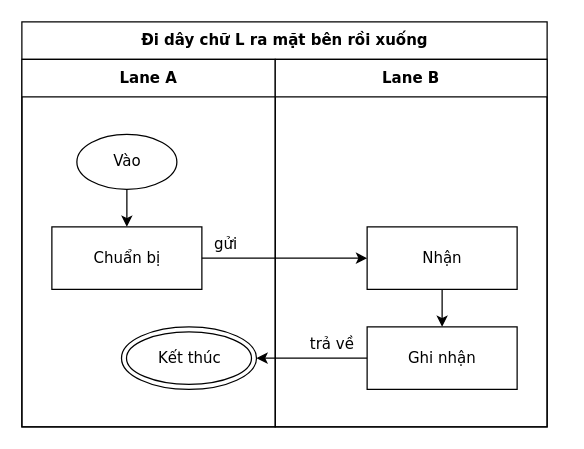
Above: conformance/golden/optimize/cases-15-route-l-shape.drawio in luytbq/flowcast (draw.io), before the change. Source tidied: cells renumbered, new cells numbered last; positions are measured from the earlier drawing's top-left corner, leaving out a move shared by most shapes. Both pictures are drawn from the tidied source at 125%, with x=0, y=0 at pixel (21, 21).
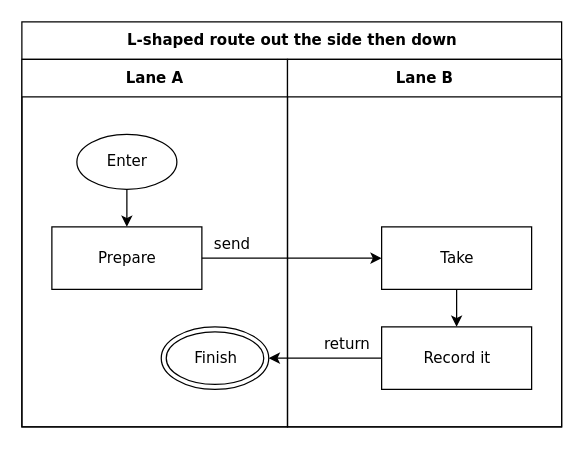
The same page after the edit.

The edit, as a diff of the source:
```diff
@@
 <mxGraphModel>
   <root>
     <mxCell id="0" />
     <mxCell id="1" parent="0" />
-    <mxCell id="2" value="Đi dây chữ L ra mặt bên rồi xuống" style="swimlane;html=1;startSize=30;fontStyle=1;fontFamily=Verdana;fontSize=12;flowtable=1;" parent="1" vertex="1">
-      <mxGeometry width="420.2" height="324" as="geometry" />
+    <mxCell id="2" value="L-shaped route out the side then down" style="swimlane;html=1;startSize=30;fontStyle=1;fontFamily=Verdana;fontSize=12;flowtable=1;" parent="1" vertex="1">
+      <mxGeometry width="431.8" height="324" as="geometry" />
     </mxCell>
     <mxCell id="3" value="Lane A" style="swimlane;html=1;startSize=30;fontFamily=Verdana;fontSize=12;flowtable=1;" parent="2" vertex="1">
-      <mxGeometry y="30" width="202.7" height="294" as="geometry" />
+      <mxGeometry y="30" width="212.5" height="294" as="geometry" />
     </mxCell>
     <mxCell id="4" value="Lane B" style="swimlane;html=1;startSize=30;fontFamily=Verdana;fontSize=12;flowtable=1;" parent="2" vertex="1">
-      <mxGeometry x="202.7" y="30" width="217.5" height="294" as="geometry" />
+      <mxGeometry x="212.5" y="30" width="219.3" height="294" as="geometry" />
     </mxCell>
-    <mxCell id="5" value="Vào" style="ellipse;html=1;fontFamily=Verdana;fontSize=12;flowtable=1;" parent="3" vertex="1">
+    <mxCell id="5" value="Enter" style="ellipse;html=1;fontFamily=Verdana;fontSize=12;flowtable=1;" parent="3" vertex="1">
       <mxGeometry x="44" y="60" width="80" height="44" as="geometry" />
     </mxCell>
-    <mxCell id="6" value="Chuẩn bị" style="rounded=0;html=1;fontFamily=Verdana;fontSize=12;flowtable=1;" parent="3" vertex="1">
+    <mxCell id="6" value="Prepare" style="rounded=0;html=1;fontFamily=Verdana;fontSize=12;flowtable=1;" parent="3" vertex="1">
       <mxGeometry x="24" y="134" width="120" height="50" as="geometry" />
     </mxCell>
-    <mxCell id="7" value="Nhận" style="rounded=0;html=1;fontFamily=Verdana;fontSize=12;flowtable=1;" parent="4" vertex="1">
-      <mxGeometry x="73.5" y="134" width="120" height="50" as="geometry" />
+    <mxCell id="7" value="Take" style="rounded=0;html=1;fontFamily=Verdana;fontSize=12;flowtable=1;" parent="4" vertex="1">
+      <mxGeometry x="75.3" y="134" width="120" height="50" as="geometry" />
     </mxCell>
-    <mxCell id="8" value="Ghi nhận" style="rounded=0;html=1;fontFamily=Verdana;fontSize=12;flowtable=1;" parent="4" vertex="1">
-      <mxGeometry x="73.5" y="214" width="120" height="50" as="geometry" />
+    <mxCell id="8" value="Record it" style="rounded=0;html=1;fontFamily=Verdana;fontSize=12;flowtable=1;" parent="4" vertex="1">
+      <mxGeometry x="75.3" y="214" width="120" height="50" as="geometry" />
     </mxCell>
-    <mxCell id="9" value="Kết thúc" style="shape=doubleEllipse;html=1;fontFamily=Verdana;fontSize=12;flowtable=1;" parent="3" vertex="1">
-      <mxGeometry x="79.7" y="214" width="108" height="50" as="geometry" />
+    <mxCell id="9" value="Finish" style="shape=doubleEllipse;html=1;fontFamily=Verdana;fontSize=12;flowtable=1;" parent="3" vertex="1">
+      <mxGeometry x="111.5" y="214" width="86" height="50" as="geometry" />
     </mxCell>
     <mxCell id="10" style="edgeStyle=orthogonalEdgeStyle;rounded=0;jettySize=auto;html=1;labelBackgroundColor=default;exitX=0.5;exitY=1;exitDx=0;exitDy=0;entryX=0.5;entryY=0;entryDx=0;entryDy=0;fontFamily=Verdana;fontSize=12;flowtable=1;" parent="2" edge="1" source="5" target="6">
       <mxGeometry relative="1" as="geometry" />
     </mxCell>
-    <mxCell id="11" value="gửi" style="edgeStyle=orthogonalEdgeStyle;rounded=0;jettySize=auto;html=1;labelBackgroundColor=default;exitX=1;exitY=0.5;exitDx=0;exitDy=0;entryX=0;entryY=0.5;entryDx=0;entryDy=0;fontFamily=Verdana;fontSize=12;flowtable=1;" parent="2" edge="1" source="6" target="7">
-      <mxGeometry x="-0.71" relative="1" as="geometry">
+    <mxCell id="11" value="send" style="edgeStyle=orthogonalEdgeStyle;rounded=0;jettySize=auto;html=1;labelBackgroundColor=default;exitX=1;exitY=0.5;exitDx=0;exitDy=0;entryX=0;entryY=0.5;entryDx=0;entryDy=0;fontFamily=Verdana;fontSize=12;flowtable=1;" parent="2" edge="1" source="6" target="7">
+      <mxGeometry x="-0.66" relative="1" as="geometry">
         <mxPoint y="-11.5" as="offset" />
       </mxGeometry>
     </mxCell>
     <mxCell id="12" style="edgeStyle=orthogonalEdgeStyle;rounded=0;jettySize=auto;html=1;labelBackgroundColor=default;exitX=0.5;exitY=1;exitDx=0;exitDy=0;entryX=0.5;entryY=0;entryDx=0;entryDy=0;fontFamily=Verdana;fontSize=12;flowtable=1;" parent="2" edge="1" source="7" target="8">
       <mxGeometry relative="1" as="geometry" />
     </mxCell>
-    <mxCell id="13" value="trả về" style="edgeStyle=orthogonalEdgeStyle;rounded=0;jettySize=auto;html=1;labelBackgroundColor=default;exitX=0;exitY=0.5;exitDx=0;exitDy=0;entryX=1;entryY=0.5;entryDx=0;entryDy=0;fontFamily=Verdana;fontSize=12;flowtable=1;" parent="2" edge="1" source="8" target="9">
+    <mxCell id="13" value="return" style="edgeStyle=orthogonalEdgeStyle;rounded=0;jettySize=auto;html=1;labelBackgroundColor=default;exitX=0;exitY=0.5;exitDx=0;exitDy=0;entryX=1;entryY=0.5;entryDx=0;entryDy=0;fontFamily=Verdana;fontSize=12;flowtable=1;" parent="2" edge="1" source="8" target="9">
       <mxGeometry x="-0.37" relative="1" as="geometry">
         <mxPoint y="-11.5" as="offset" />
       </mxGeometry>
     </mxCell>
   </root>
 </mxGraphModel>
```
